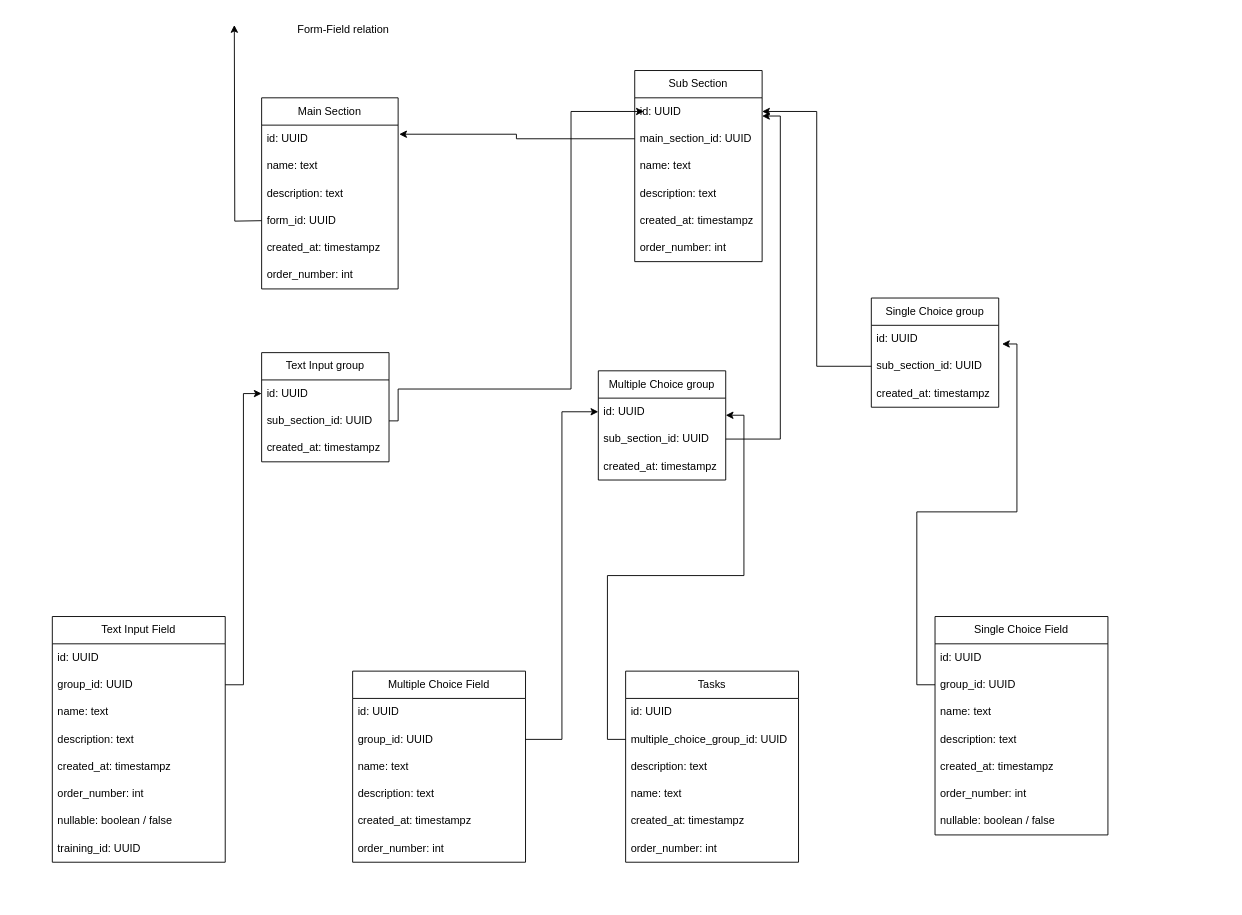
The draw.io diagram next-app-supabase/docs/Database.drawio in lucKulke/InspectEase, before the edit. Source tidied: cells renumbered, new cells numbered last; positions are measured from the earlier drawing's top-left corner, leaving out a move shared by most shapes. Both pictures are drawn from the tidied source at 91%, with x=0, y=0 at pixel (52, 15).
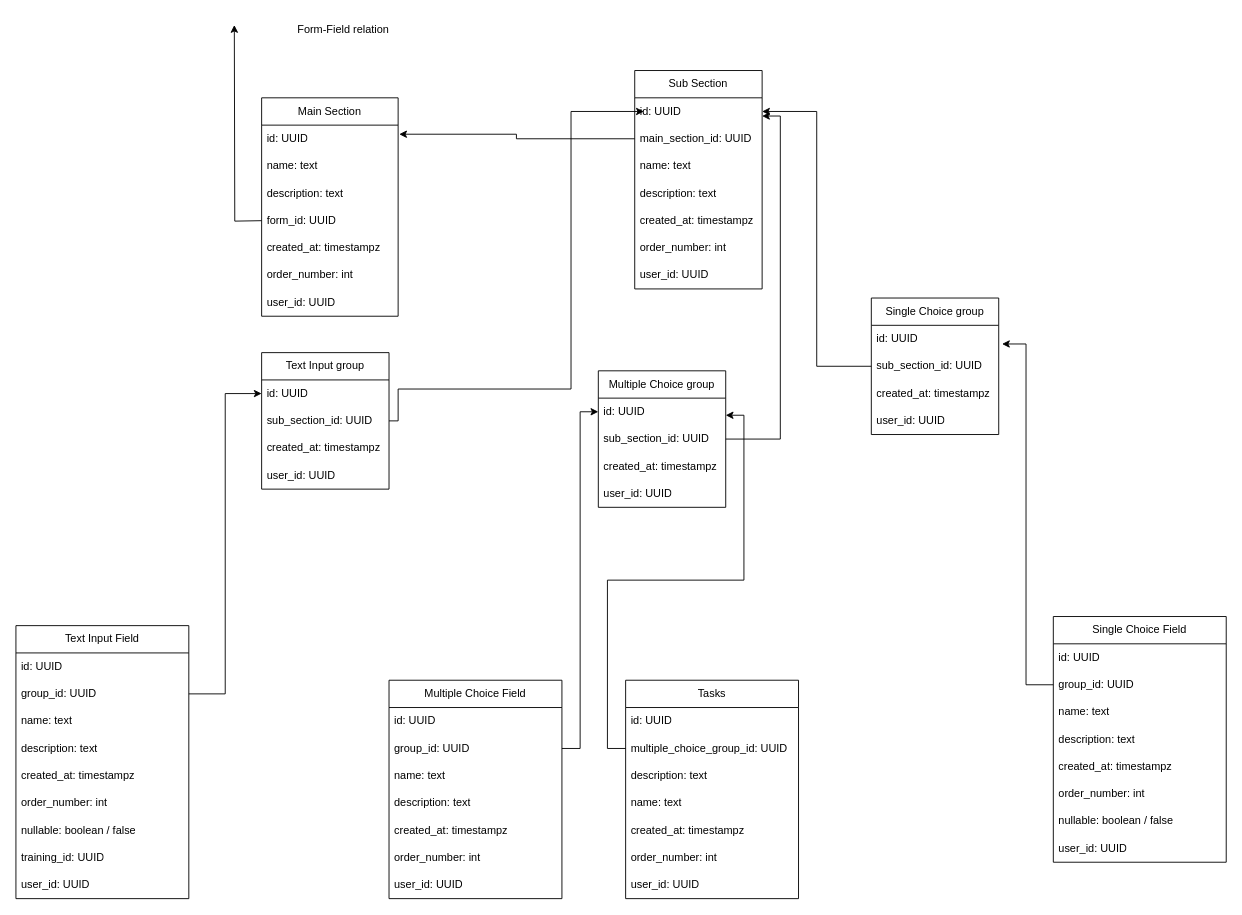
Above is the later version.

The edit, as a diff of the source:
```diff
@@
     <mxCell id="3" value="Main Section" style="swimlane;fontStyle=0;horizontal=1;startSize=30;whiteSpace=wrap;html=1;" parent="1" vertex="1">
-      <mxGeometry x="230" y="90" width="150" height="210" as="geometry" />
+      <mxGeometry x="230" y="90" width="150" height="240" as="geometry" />
     </mxCell>
@@
+    <mxCell id="69" value="user_id: UUID" style="text;strokeColor=none;fillColor=none;align=left;verticalAlign=middle;spacingLeft=4;spacingRight=4;overflow=hidden;whiteSpace=wrap;html=1;" parent="3" vertex="1">
+      <mxGeometry y="210" width="150" height="30" as="geometry" />
+    </mxCell>
     <mxCell id="10" value="Sub Section" style="swimlane;fontStyle=0;horizontal=1;startSize=30;whiteSpace=wrap;html=1;" parent="1" vertex="1">
-      <mxGeometry x="640" y="60" width="140" height="210" as="geometry" />
+      <mxGeometry x="640" y="60" width="140" height="240" as="geometry" />
     </mxCell>
@@
+    <mxCell id="70" value="user_id: UUID" style="text;strokeColor=none;fillColor=none;align=left;verticalAlign=middle;spacingLeft=4;spacingRight=4;overflow=hidden;whiteSpace=wrap;html=1;" parent="10" vertex="1">
+      <mxGeometry y="210" width="140" height="30" as="geometry" />
+    </mxCell>
@@
     <mxCell id="18" value="Tasks" style="swimlane;fontStyle=0;horizontal=1;startSize=30;whiteSpace=wrap;html=1;" parent="1" vertex="1">
-      <mxGeometry x="630" y="720" width="190" height="210" as="geometry" />
+      <mxGeometry x="630" y="730" width="190" height="240" as="geometry" />
     </mxCell>
@@
+    <mxCell id="71" value="user_id: UUID" style="text;strokeColor=none;fillColor=none;align=left;verticalAlign=middle;spacingLeft=4;spacingRight=4;overflow=hidden;whiteSpace=wrap;html=1;" parent="18" vertex="1">
+      <mxGeometry y="210" width="190" height="30" as="geometry" />
+    </mxCell>
@@
     <mxCell id="26" value="Multiple Choice group" style="swimlane;fontStyle=0;horizontal=1;startSize=30;whiteSpace=wrap;html=1;" parent="1" vertex="1">
-      <mxGeometry x="600" y="390" width="140" height="120" as="geometry" />
+      <mxGeometry x="600" y="390" width="140" height="150" as="geometry" />
     </mxCell>
@@
+    <mxCell id="72" value="user_id: UUID" style="text;strokeColor=none;fillColor=none;align=left;verticalAlign=middle;spacingLeft=4;spacingRight=4;overflow=hidden;whiteSpace=wrap;html=1;" parent="26" vertex="1">
+      <mxGeometry y="120" width="140" height="30" as="geometry" />
+    </mxCell>
     <mxCell id="30" value="Single Choice group" style="swimlane;fontStyle=0;horizontal=1;startSize=30;whiteSpace=wrap;html=1;" parent="1" vertex="1">
-      <mxGeometry x="900" y="310" width="140" height="120" as="geometry" />
+      <mxGeometry x="900" y="310" width="140" height="150" as="geometry" />
     </mxCell>
@@
+    <mxCell id="73" value="user_id: UUID" style="text;strokeColor=none;fillColor=none;align=left;verticalAlign=middle;spacingLeft=4;spacingRight=4;overflow=hidden;whiteSpace=wrap;html=1;" parent="30" vertex="1">
+      <mxGeometry y="120" width="140" height="30" as="geometry" />
+    </mxCell>
@@
     <mxCell id="37" value="Text Input Field" style="swimlane;fontStyle=0;horizontal=1;startSize=30;whiteSpace=wrap;html=1;" parent="1" vertex="1">
-      <mxGeometry y="660" width="190" height="270" as="geometry" />
+      <mxGeometry x="-40" y="670" width="190" height="300" as="geometry" />
     </mxCell>
@@
+    <mxCell id="74" value="user_id: UUID" style="text;strokeColor=none;fillColor=none;align=left;verticalAlign=middle;spacingLeft=4;spacingRight=4;overflow=hidden;whiteSpace=wrap;html=1;" parent="37" vertex="1">
+      <mxGeometry y="270" width="190" height="30" as="geometry" />
+    </mxCell>
     <mxCell id="46" value="Text Input group" style="swimlane;fontStyle=0;horizontal=1;startSize=30;whiteSpace=wrap;html=1;" parent="1" vertex="1">
-      <mxGeometry x="230" y="370" width="140" height="120" as="geometry" />
+      <mxGeometry x="230" y="370" width="140" height="150" as="geometry" />
     </mxCell>
@@
+    <mxCell id="75" value="user_id: UUID" style="text;strokeColor=none;fillColor=none;align=left;verticalAlign=middle;spacingLeft=4;spacingRight=4;overflow=hidden;whiteSpace=wrap;html=1;" parent="46" vertex="1">
+      <mxGeometry y="120" width="140" height="30" as="geometry" />
+    </mxCell>
@@
     <mxCell id="52" value="Multiple C&lt;span style=&quot;background-color: transparent; color: light-dark(rgb(0, 0, 0), rgb(255, 255, 255));&quot;&gt;hoice Field&lt;/span&gt;" style="swimlane;fontStyle=0;horizontal=1;startSize=30;whiteSpace=wrap;html=1;" parent="1" vertex="1">
-      <mxGeometry x="330" y="720" width="190" height="210" as="geometry" />
+      <mxGeometry x="370" y="730" width="190" height="240" as="geometry" />
     </mxCell>
@@
+    <mxCell id="76" value="user_id: UUID" style="text;strokeColor=none;fillColor=none;align=left;verticalAlign=middle;spacingLeft=4;spacingRight=4;overflow=hidden;whiteSpace=wrap;html=1;" parent="52" vertex="1">
+      <mxGeometry y="210" width="190" height="30" as="geometry" />
+    </mxCell>
     <mxCell id="59" value="Single C&lt;span style=&quot;background-color: transparent; color: light-dark(rgb(0, 0, 0), rgb(255, 255, 255));&quot;&gt;hoice Field&lt;/span&gt;" style="swimlane;fontStyle=0;horizontal=1;startSize=30;whiteSpace=wrap;html=1;" parent="1" vertex="1">
-      <mxGeometry x="970" y="660" width="190" height="240" as="geometry" />
+      <mxGeometry x="1100" y="660" width="190" height="270" as="geometry" />
     </mxCell>
@@
+    <mxCell id="77" value="user_id: UUID" style="text;strokeColor=none;fillColor=none;align=left;verticalAlign=middle;spacingLeft=4;spacingRight=4;overflow=hidden;whiteSpace=wrap;html=1;" parent="59" vertex="1">
+      <mxGeometry y="240" width="190" height="30" as="geometry" />
+    </mxCell>
```
